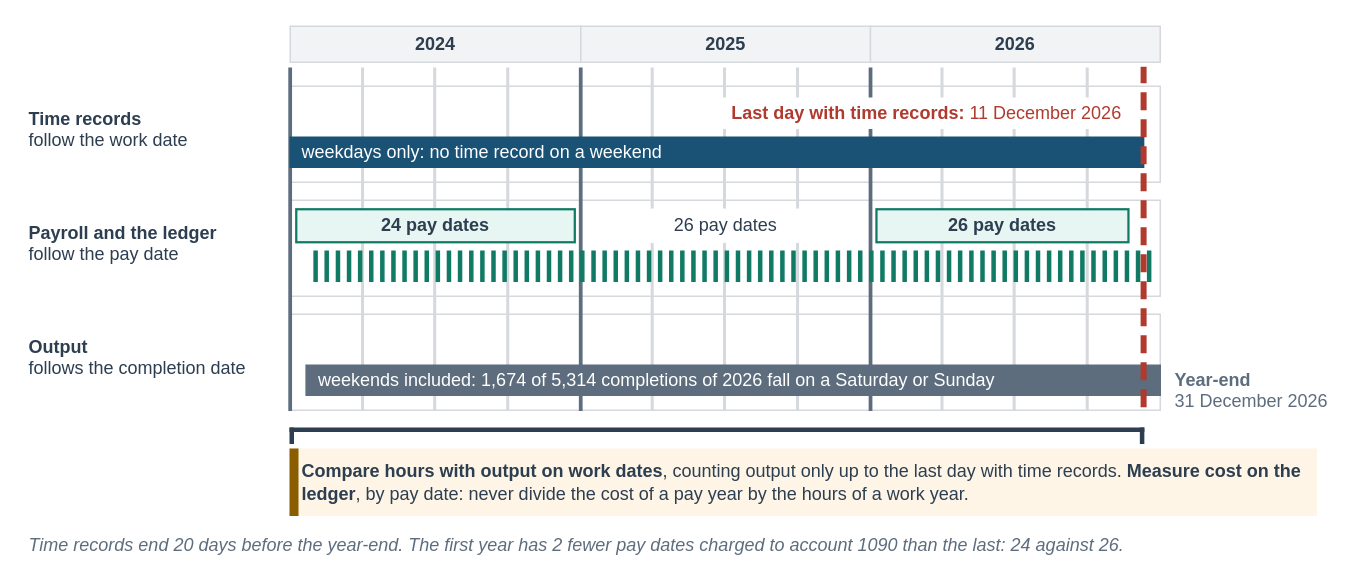
The draw.io diagram facts/instructor/figures/case-part-3/IF-C3-0-B.drawio in mmcodesso/Accounting_Analytics_Book, before the edit. Source tidied: cells renumbered, new cells numbered last; positions are measured from the earlier drawing's top-left corner, leaving out a move shared by most shapes. Both pictures are drawn from the tidied source at 150%, with x=0, y=0 at pixel (26, 26).
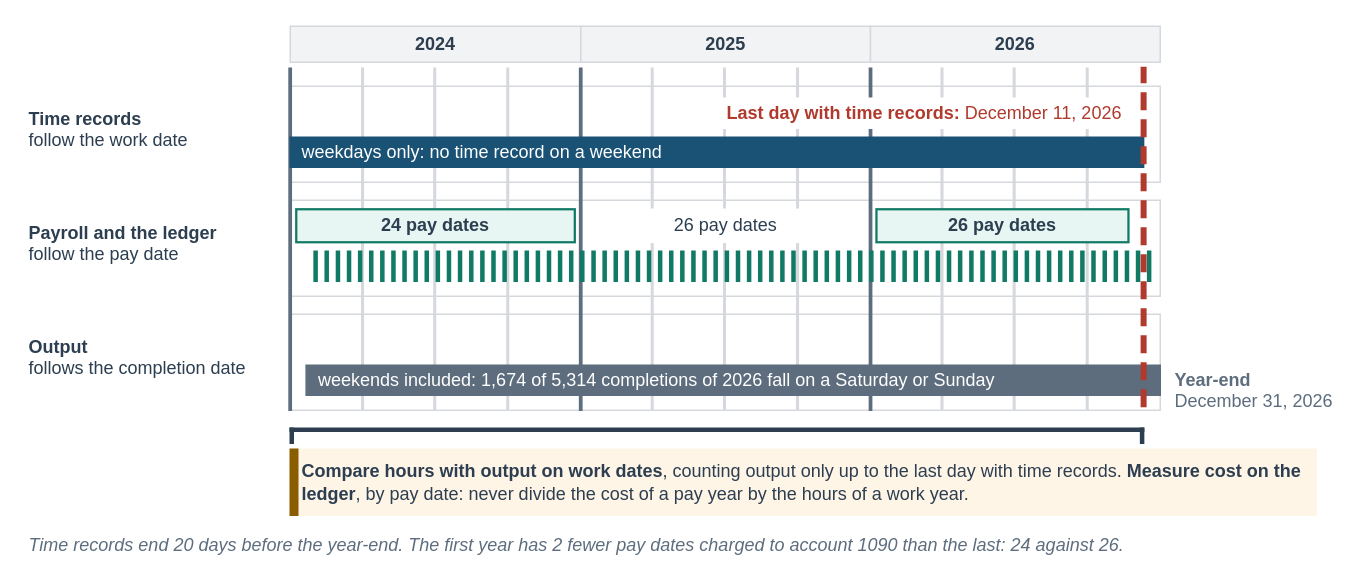
After the change.

The edit, as a diff of the source:
```diff
@@
-    <mxCell id="108" value="&lt;b&gt;Last day with time records:&lt;/b&gt; 11 December 2026" style="rounded=0;arcSize=6;whiteSpace=wrap;html=1;fillColor=#FFFFFF;strokeColor=#FFFFFF;strokeWidth=1;fontColor=#B03A2E;fontSize=12;fontStyle=0;align=center;verticalAlign=middle;fontFamily=Helvetica;spacingLeft=6;spacingRight=6;" parent="1" vertex="1">
-      <mxGeometry x="462.1" y="48" width="276.8" height="20" as="geometry" />
+    <mxCell id="108" value="&lt;b&gt;Last day with time records:&lt;/b&gt; December 11, 2026" style="rounded=0;arcSize=6;whiteSpace=wrap;html=1;fillColor=#FFFFFF;strokeColor=#FFFFFF;strokeWidth=1;fontColor=#B03A2E;fontSize=12;fontStyle=0;align=center;verticalAlign=middle;fontFamily=Helvetica;spacingLeft=6;spacingRight=6;" parent="1" vertex="1">
+      <mxGeometry x="458.8" y="48" width="280.1" height="20" as="geometry" />
     </mxCell>
-    <mxCell id="109" value="&lt;b&gt;Year-end&lt;/b&gt;&lt;br&gt;&lt;span style=&quot;white-space:nowrap&quot;&gt;31 December 2026&lt;/span&gt;" style="text;html=1;whiteSpace=wrap;align=left;verticalAlign=top;fontSize=12;fontColor=#5D6D7E;fontStyle=0;fontFamily=Helvetica;spacing=2;fillColor=none;strokeColor=none;" parent="1" vertex="1">
+    <mxCell id="109" value="&lt;b&gt;Year-end&lt;/b&gt;&lt;br&gt;&lt;span style=&quot;white-space:nowrap&quot;&gt;December 31, 2026&lt;/span&gt;" style="text;html=1;whiteSpace=wrap;align=left;verticalAlign=top;fontSize=12;fontColor=#5D6D7E;fontStyle=0;fontFamily=Helvetica;spacing=2;fillColor=none;strokeColor=none;" parent="1" vertex="1">
       <mxGeometry x="764" y="222" width="96" height="36" as="geometry" />
     </mxCell>
```
